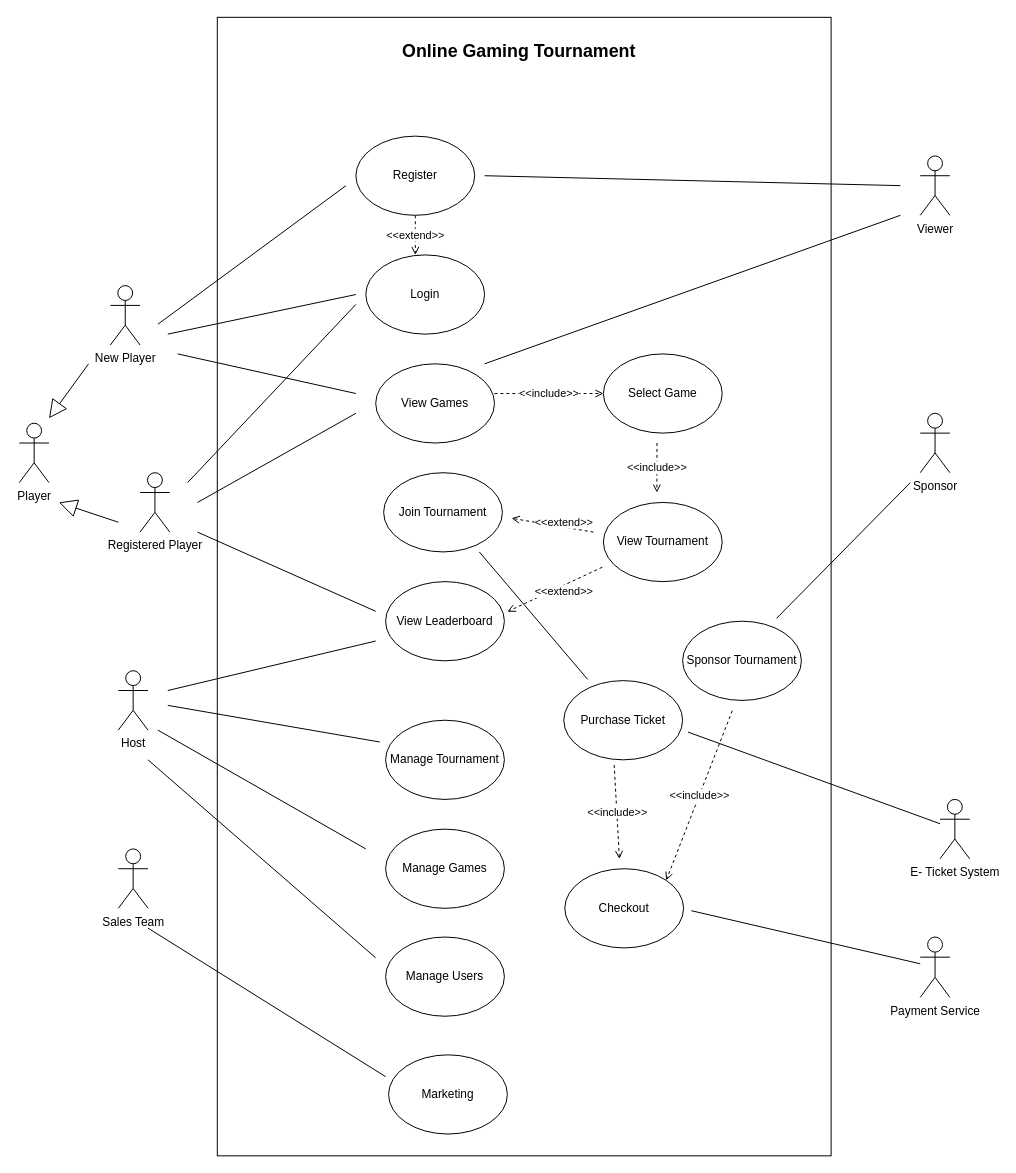
Tanvi-Ambre/Python keeps this draw.io diagram as GD_CW1.drawio. Above is the earlier version. Source tidied: cells renumbered, new cells numbered last; positions are measured from the earlier drawing's top-left corner, leaving out a move shared by most shapes. Both pictures are drawn from the tidied source at 99%, with x=0, y=0 at pixel (19, 17).
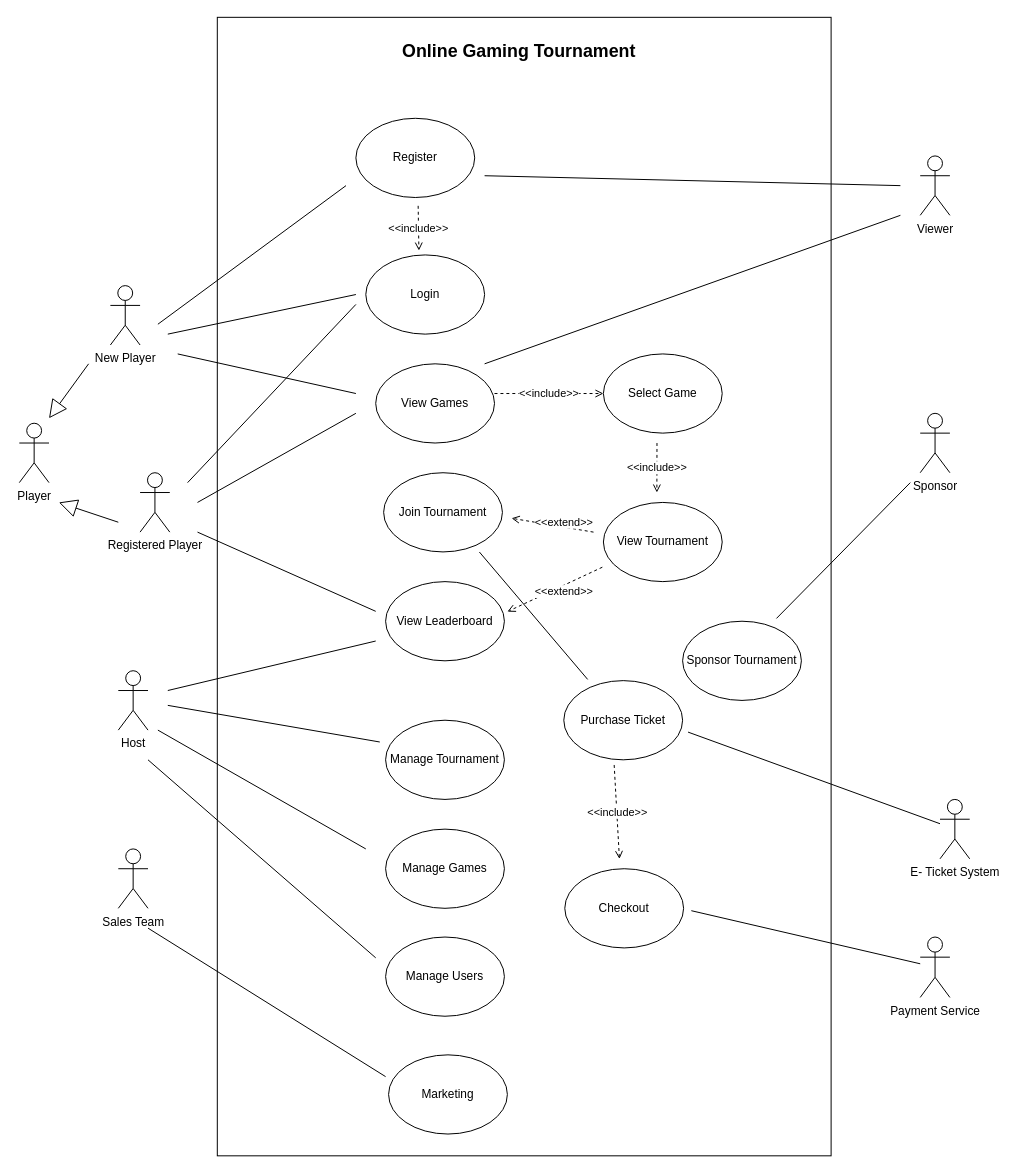
Above is the later version.

Unchanged cells that the change refers to:
```xml
<mxCell id="2" style="rounded=0;whiteSpace=wrap;html=1;" parent="1" vertex="1">
  <mxGeometry x="200" width="620" height="1150" as="geometry" />
</mxCell>
<mxCell id="7" value="Login" style="ellipse;whiteSpace=wrap;html=1;strokeWidth=1;" parent="1" vertex="1">
  <mxGeometry x="350" y="240" width="120" height="80" as="geometry" />
</mxCell>
<mxCell id="47" value="Checkout" style="ellipse;whiteSpace=wrap;html=1;strokeWidth=1;" parent="1" vertex="1">
  <mxGeometry x="551" y="860" width="120" height="80" as="geometry" />
</mxCell>
```

Change to the diagram source:
```diff
@@
     <mxCell id="6" value="Register" style="ellipse;whiteSpace=wrap;html=1;strokeWidth=1;" parent="1" vertex="1">
-      <mxGeometry x="340" y="120" width="120" height="80" as="geometry" />
+      <mxGeometry x="340" y="102" width="120" height="80" as="geometry" />
     </mxCell>
@@
-    <mxCell id="37" value="&lt;div&gt;&amp;lt;&amp;lt;extend&amp;gt;&amp;gt;&lt;/div&gt;" style="endArrow=open;dashed=1;html=1;endFill=0;rounded=0;exitX=0.5;exitY=1;exitDx=0;exitDy=0;" parent="1" edge="1" source="6">
-      <mxGeometry relative="1" as="geometry">
-        <mxPoint x="400" y="240" as="targetPoint" />
-      </mxGeometry>
-    </mxCell>
@@
-    <mxCell id="52" value="&amp;lt;&amp;lt;include&amp;gt;&amp;gt;" style="endArrow=open;dashed=1;html=1;endFill=0;rounded=0;exitX=0.839;exitY=0.609;exitDx=0;exitDy=0;exitPerimeter=0;entryX=1;entryY=0;entryDx=0;entryDy=0;" parent="1" edge="1" source="2" target="47">
+    <mxCell id="52" value="&amp;lt;&amp;lt;include&amp;gt;&amp;gt;" style="endArrow=open;dashed=1;html=1;endFill=0;rounded=0;exitX=0.524;exitY=1.105;exitDx=0;exitDy=0;exitPerimeter=0;entryX=0.447;entryY=-0.055;entryDx=0;entryDy=0;entryPerimeter=0;" parent="1" edge="1" source="6" target="7">
       <mxGeometry relative="1" as="geometry" />
     </mxCell>
```
